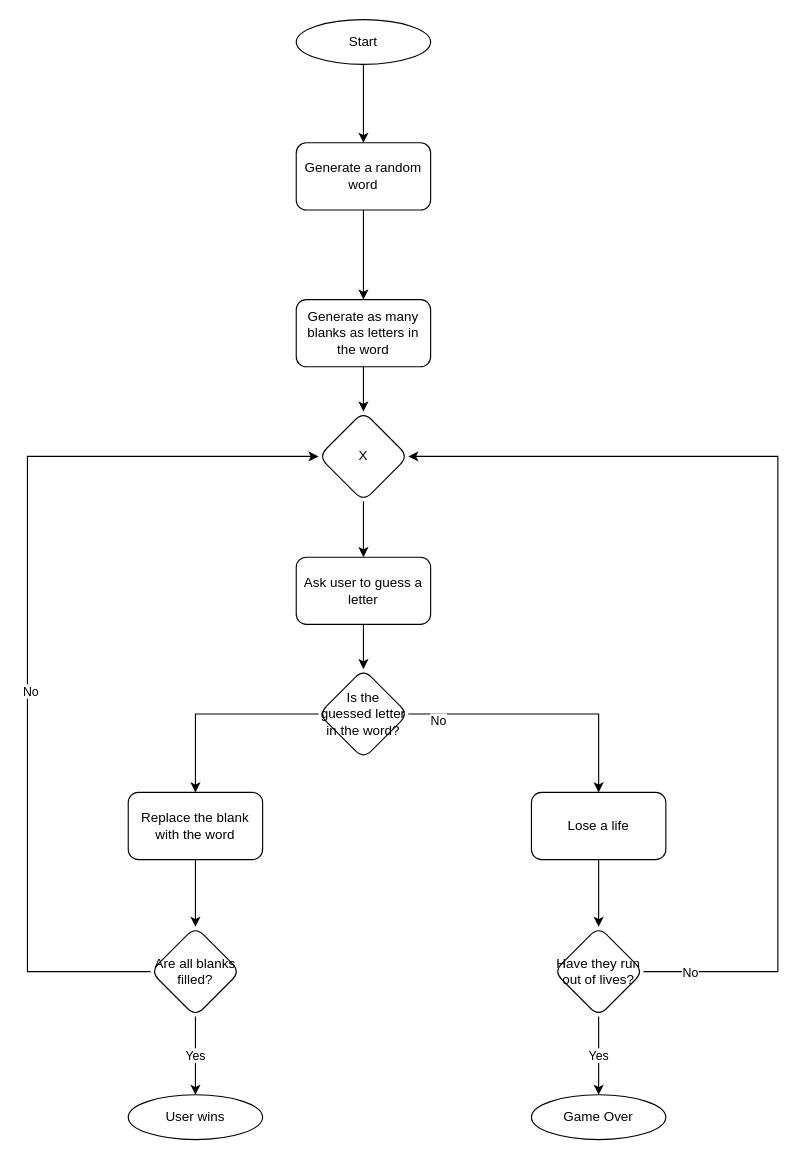
The draw.io diagram Hangman Flowchart Programming.drawio in tuhinborgohain/100Programs, before the edit. Source tidied: cells renumbered, new cells numbered last; positions are measured from the earlier drawing's top-left corner, leaving out a move shared by most shapes. Both pictures are drawn from the tidied source at 112%, with x=0, y=0 at pixel (27, 19).
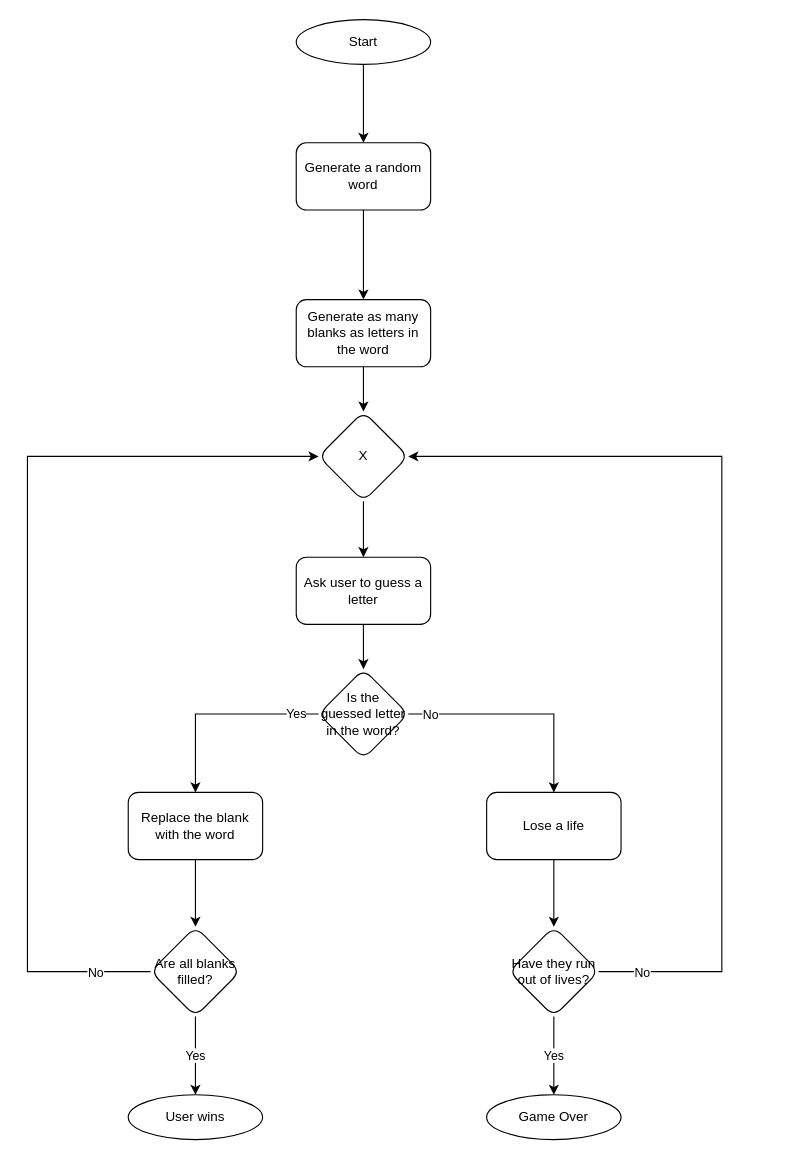
The same page after the edit.

The change refers to these unchanged cells:
```xml
<mxCell id="10" style="edgeStyle=orthogonalEdgeStyle;rounded=0;jettySize=auto;html=1;" parent="1" edge="1" source="13" target="15">
  <mxGeometry relative="1" as="geometry" />
</mxCell>
<mxCell id="13" value="Is the guessed letter in the word?" style="rhombus;whiteSpace=wrap;html=1;rounded=1;glass=0;strokeWidth=1;shadow=0;" parent="1" vertex="1">
  <mxGeometry x="260" y="580" width="80" height="80" as="geometry" />
</mxCell>
<mxCell id="21" value="X" style="rhombus;whiteSpace=wrap;html=1;rounded=1;glass=0;strokeWidth=1;shadow=0;" parent="1" vertex="1">
  <mxGeometry x="260" y="350" width="80" height="80" as="geometry" />
</mxCell>
<mxCell id="24" value="Replace the blank with the word" style="whiteSpace=wrap;html=1;rounded=1;glass=0;strokeWidth=1;shadow=0;" parent="1" vertex="1">
  <mxGeometry x="90" y="690" width="120" height="60" as="geometry" />
</mxCell>
<mxCell id="26" style="edgeStyle=orthogonalEdgeStyle;rounded=0;jettySize=auto;html=1;entryX=0;entryY=0.5;entryDx=0;entryDy=0;" parent="1" edge="1" source="28" target="21">
  <mxGeometry relative="1" as="geometry">
    <Array as="points">
      <mxPoint y="850" />
      <mxPoint y="390" />
    </Array>
  </mxGeometry>
</mxCell>
```

What changed in the source:
```diff
@@
     <mxCell id="11" value="No" style="edgeLabel;html=1;align=center;verticalAlign=middle;" parent="10" vertex="1">
-      <mxGeometry x="-0.78" y="-5" relative="1" as="geometry" />
+      <mxGeometry x="-0.78" y="-5" relative="1" as="geometry">
+        <mxPoint x="-3" y="-5" as="offset" />
+      </mxGeometry>
     </mxCell>
-    <mxCell id="12" style="edgeStyle=orthogonalEdgeStyle;rounded=0;jettySize=auto;html=1;" parent="1" edge="1" source="13" target="24">
-      <mxGeometry relative="1" as="geometry" />
+    <mxCell id="12" value="Yes" style="edgeStyle=orthogonalEdgeStyle;rounded=0;jettySize=auto;html=1;" parent="1" edge="1" source="13" target="24">
+      <mxGeometry x="-0.78" relative="1" as="geometry" />
     </mxCell>
@@
     <mxCell id="15" value="Lose a life" style="whiteSpace=wrap;html=1;rounded=1;glass=0;strokeWidth=1;shadow=0;" parent="1" vertex="1">
-      <mxGeometry x="450" y="690" width="120" height="60" as="geometry" />
+      <mxGeometry x="410" y="690" width="120" height="60" as="geometry" />
     </mxCell>
     <mxCell id="16" style="edgeStyle=orthogonalEdgeStyle;rounded=0;jettySize=auto;html=1;entryX=1;entryY=0.5;entryDx=0;entryDy=0;" parent="1" edge="1" source="19" target="21">
       <mxGeometry relative="1" as="geometry">
         <Array as="points">
-          <mxPoint x="670" y="850" />
-          <mxPoint x="670" y="390" />
+          <mxPoint x="620" y="850" />
+          <mxPoint x="620" y="390" />
         </Array>
       </mxGeometry>
     </mxCell>
@@
     <mxCell id="19" value="Have they run out of lives?" style="rhombus;whiteSpace=wrap;html=1;rounded=1;glass=0;strokeWidth=1;shadow=0;" parent="1" vertex="1">
-      <mxGeometry x="470" y="810" width="80" height="80" as="geometry" />
+      <mxGeometry x="430" y="810" width="80" height="80" as="geometry" />
     </mxCell>
@@
     <mxCell id="22" value="Game Over" style="ellipse;whiteSpace=wrap;html=1;" parent="1" vertex="1">
-      <mxGeometry x="450" y="960" width="120" height="40" as="geometry" />
+      <mxGeometry x="410" y="960" width="120" height="40" as="geometry" />
     </mxCell>
@@
     <mxCell id="27" value="No" style="edgeLabel;html=1;align=center;verticalAlign=middle;" parent="26" vertex="1">
-      <mxGeometry x="-0.13" y="-2" relative="1" as="geometry" />
+      <mxGeometry x="-0.13" y="-2" relative="1" as="geometry">
+        <mxPoint x="58" y="251" as="offset" />
+      </mxGeometry>
     </mxCell>
```
